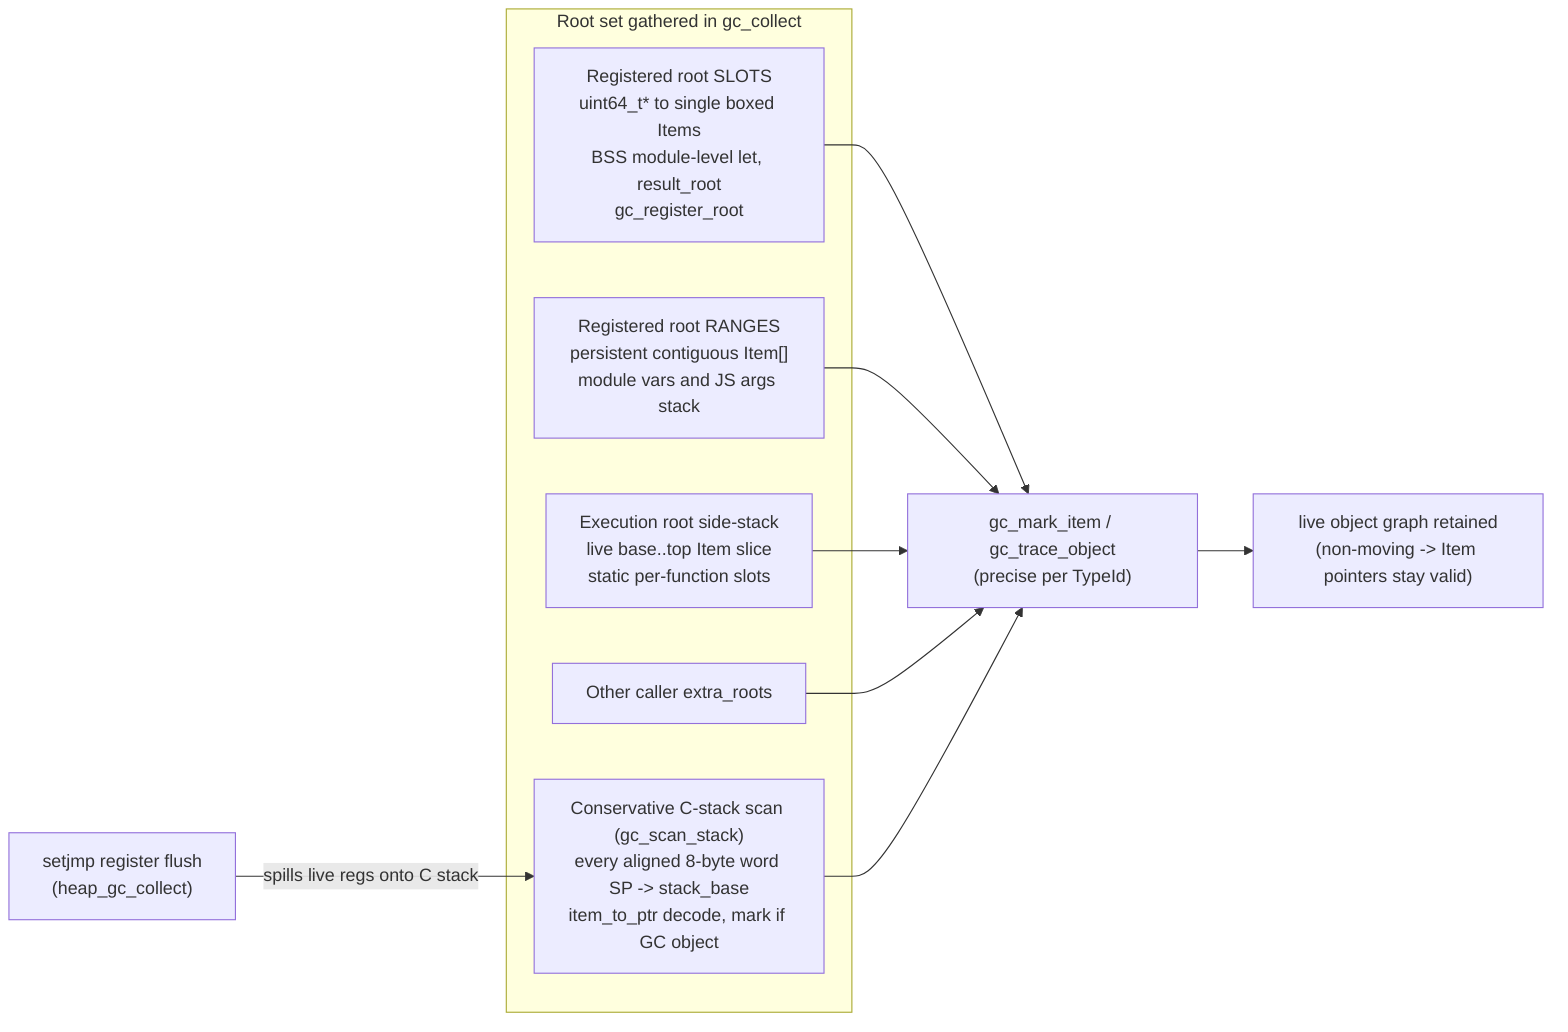
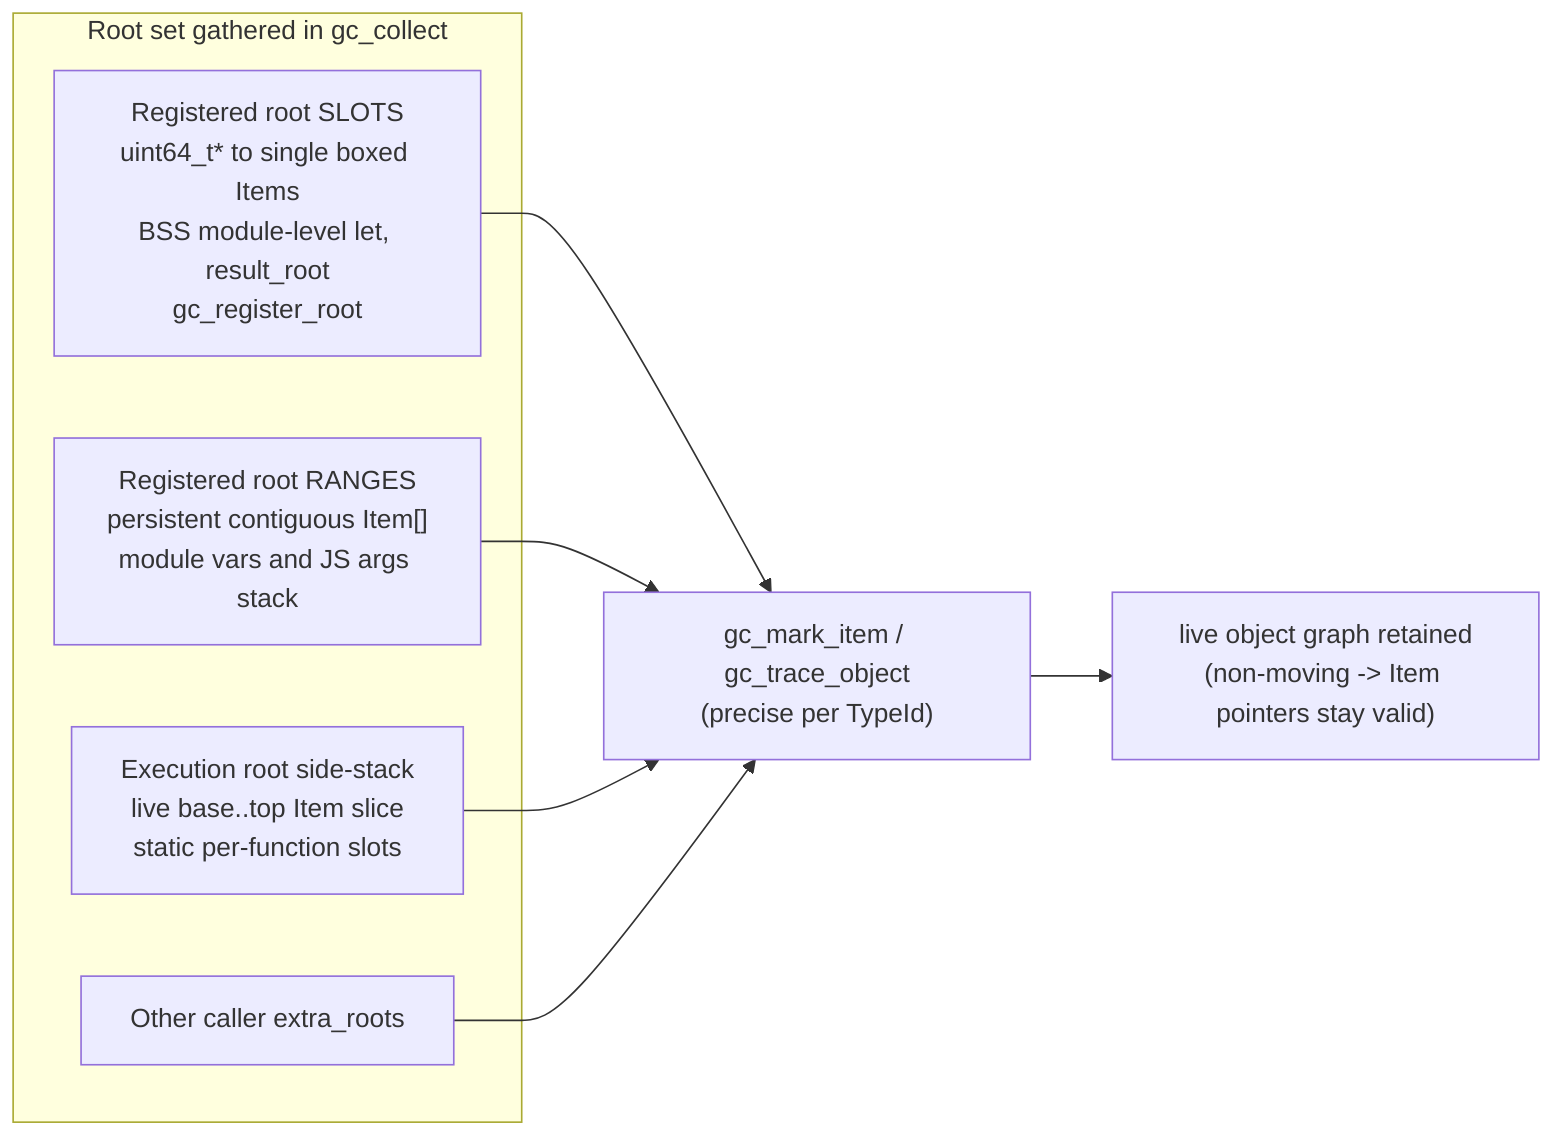
flowchart LR
  subgraph ROOTSET["Root set gathered in gc_collect"]
    SLOTS["Registered root SLOTS\nuint64_t* to single boxed Items\nBSS module-level let, result_root\ngc_register_root"]
    RANGES["Registered root RANGES\npersistent contiguous Item[]\nmodule vars and JS args stack"]
    SIDE["Execution root side-stack\nlive base..top Item slice\nstatic per-function slots"]
    EXTRA["Other caller extra_roots"]
-     STACK["Conservative C-stack scan (gc_scan_stack)\nevery aligned 8-byte word SP -> stack_base\nitem_to_ptr decode, mark if GC object"]
  end
- 
-   REG["setjmp register flush\n(heap_gc_collect)"]
-   REG -->|"spills live regs onto C stack"| STACK

  SLOTS --> MARK["gc_mark_item / gc_trace_object\n(precise per TypeId)"]
  RANGES --> MARK
  SIDE --> MARK
  EXTRA --> MARK
-   STACK --> MARK

  MARK --> LIVE["live object graph retained\n(non-moving -> Item pointers stay valid)"]
